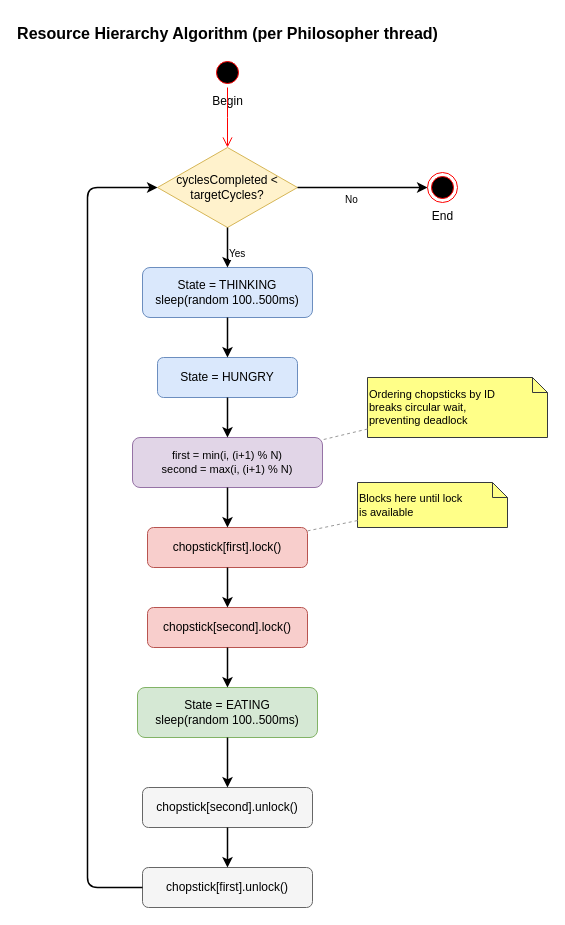
Before: JavaDPP/drawio/activity-resource-hierarchy.drawio in vincemarinelli/cpsc543_dining_philosophers_problem, a draw.io diagram. Source tidied: cells renumbered, new cells numbered last; positions are measured from the earlier drawing's top-left corner, leaving out a move shared by most shapes. Both pictures are drawn from the tidied source at 100%, with x=0, y=0 at pixel (27, 17).
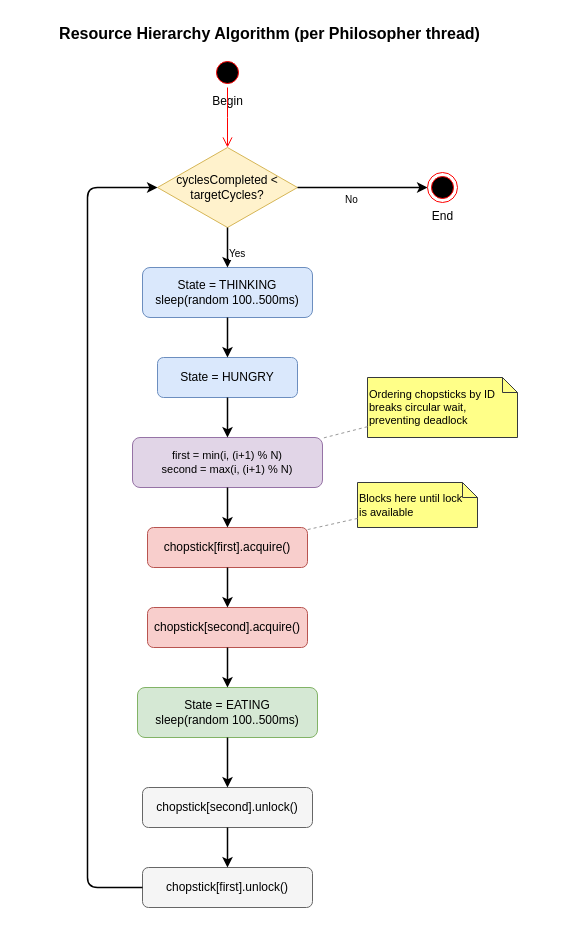
After the change.

The edit, as a diff of the source:
```diff
@@
     <mxCell id="2" value="Resource Hierarchy Algorithm (per Philosopher thread)" style="text;html=1;fontSize=16;fontStyle=1;align=center;fillColor=none;strokeColor=none;" parent="1" vertex="1">
-      <mxGeometry width="400" height="30" as="geometry" />
+      <mxGeometry x="42" width="400" height="30" as="geometry" />
     </mxCell>
@@
-    <mxCell id="7" value="chopstick[first].lock()" style="rounded=1;whiteSpace=wrap;html=1;fillColor=#f8cecc;strokeColor=#b85450;fontSize=12;" parent="1" vertex="1">
+    <mxCell id="7" value="chopstick[first].acquire()" style="rounded=1;whiteSpace=wrap;html=1;fillColor=#f8cecc;strokeColor=#b85450;fontSize=12;" parent="1" vertex="1">
       <mxGeometry x="120" y="510" width="160" height="40" as="geometry" />
     </mxCell>
-    <mxCell id="8" value="chopstick[second].lock()" style="rounded=1;whiteSpace=wrap;html=1;fillColor=#f8cecc;strokeColor=#b85450;fontSize=12;" parent="1" vertex="1">
+    <mxCell id="8" value="chopstick[second].acquire()" style="rounded=1;whiteSpace=wrap;html=1;fillColor=#f8cecc;strokeColor=#b85450;fontSize=12;" parent="1" vertex="1">
       <mxGeometry x="120" y="590" width="160" height="40" as="geometry" />
     </mxCell>
@@
     <mxCell id="12" value="Ordering chopsticks by ID&lt;br&gt;breaks circular wait,&lt;br&gt;preventing deadlock" style="shape=note;size=15;fillColor=#ffff88;strokeColor=#36393d;fontSize=11;whiteSpace=wrap;html=1;align=left;" parent="1" vertex="1">
-      <mxGeometry x="340" y="360" width="180" height="60" as="geometry" />
+      <mxGeometry x="340" y="360" width="150" height="60" as="geometry" />
     </mxCell>
     <mxCell id="13" value="Blocks here until lock&lt;br&gt;is available" style="shape=note;size=15;fillColor=#ffff88;strokeColor=#36393d;fontSize=11;whiteSpace=wrap;html=1;align=left;" parent="1" vertex="1">
-      <mxGeometry x="330" y="465" width="150" height="45" as="geometry" />
+      <mxGeometry x="330" y="465" width="120" height="45" as="geometry" />
     </mxCell>
```
